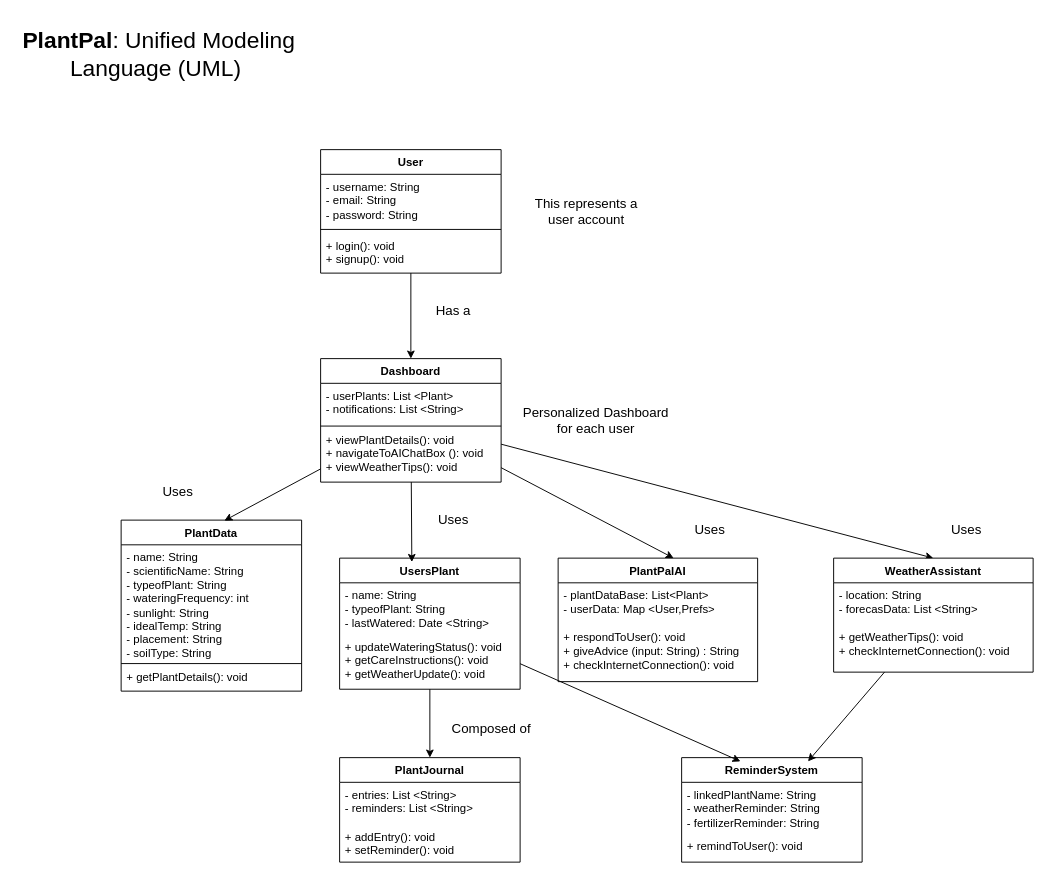
This is SystemFlow_UML/UML.dio from renzv-compsci/PlantPal, a draw.io file, before an edit. Source tidied: cells renumbered, new cells numbered last; positions are measured from the earlier drawing's top-left corner, leaving out a move shared by most shapes. Both pictures are drawn from the tidied source at 95%, with x=0, y=0 at pixel (16, 16).
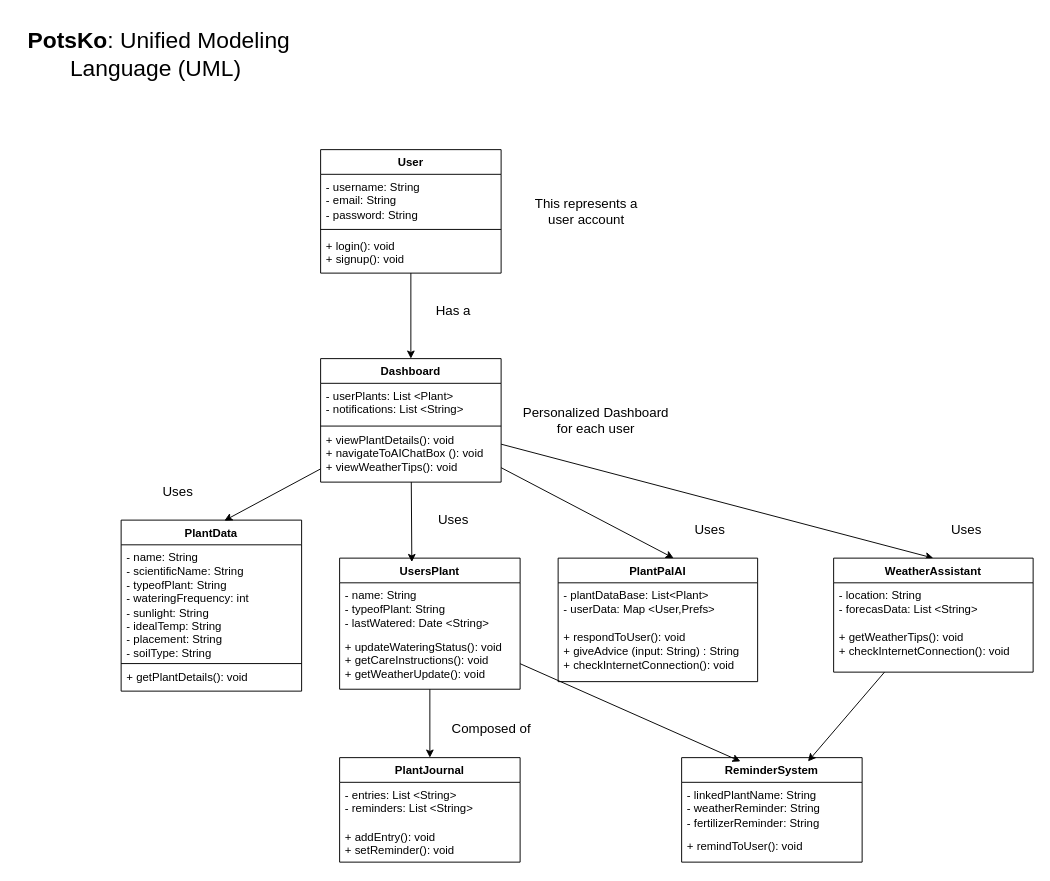
Above is the later version.

Commit message (it also covers changes not shown here):
Final UML and System flow for the Application

What changed in the source:
```diff
@@
-    <mxCell id="2" value="&lt;font style=&quot;font-size: 24px;&quot;&gt;&lt;b&gt;PlantPal&lt;/b&gt;: Unified Modeling Language (UML)&amp;nbsp;&lt;/font&gt;" style="text;html=1;align=center;verticalAlign=middle;whiteSpace=wrap;rounded=0;" parent="1" vertex="1">
+    <mxCell id="2" value="&lt;font style=&quot;font-size: 24px;&quot;&gt;&lt;b&gt;PotsKo&lt;/b&gt;: Unified Modeling Language (UML)&amp;nbsp;&lt;/font&gt;" style="text;html=1;align=center;verticalAlign=middle;whiteSpace=wrap;rounded=0;" parent="1" vertex="1">
       <mxGeometry width="300" height="80" as="geometry" />
     </mxCell>
```
